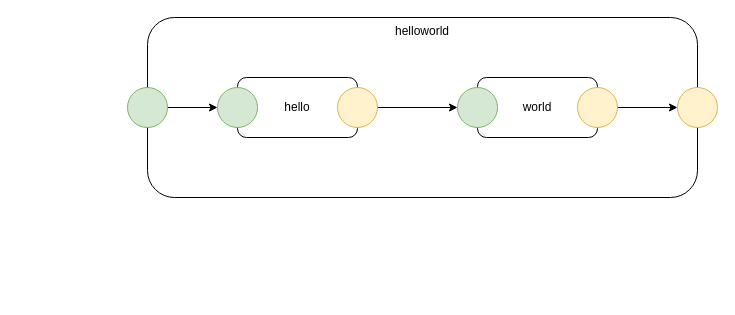
Earlier version of the draw.io diagram page "helloworld" (2 of 6) of hello world eh.drawio (guitarvydas/eh). Source tidied: cells renumbered, new cells numbered last; positions are measured from the earlier drawing's top-left corner, leaving out a move shared by most shapes. Both pictures are drawn from the tidied source at 100%, with x=0, y=0 at pixel (127, 17).
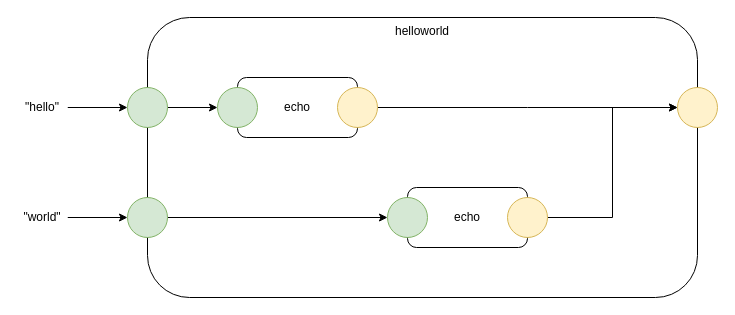
The same diagram, later.

Unchanged cells that the change refers to:
```xml
<mxCell id="6" style="ellipse;whiteSpace=wrap;html=1;fillColor=#fff2cc;strokeColor=#d6b656;" parent="1" vertex="1">
  <mxGeometry x="210" y="70" width="40" height="40" as="geometry" />
</mxCell>
<mxCell id="11" style="ellipse;whiteSpace=wrap;html=1;fillColor=#fff2cc;strokeColor=#d6b656;" parent="1" vertex="1">
  <mxGeometry x="550" y="70" width="40" height="40" as="geometry" />
</mxCell>
<mxCell id="13" style="ellipse;whiteSpace=wrap;html=1;fillColor=#d5e8d4;strokeColor=#82b366;" parent="1" vertex="1">
  <mxGeometry y="70" width="40" height="40" as="geometry" />
</mxCell>
```

The edit, as a diff of the source:
```diff
@@
     <mxCell id="2" value="helloworld" style="rounded=1;whiteSpace=wrap;html=1;verticalAlign=top;" parent="1" vertex="1">
-      <mxGeometry x="20" width="550" height="180" as="geometry" />
+      <mxGeometry x="20" width="550" height="280" as="geometry" />
     </mxCell>
-    <mxCell id="3" value="hello" style="rounded=1;whiteSpace=wrap;html=1;" parent="1" vertex="1">
+    <mxCell id="3" value="echo" style="rounded=1;whiteSpace=wrap;html=1;" parent="1" vertex="1">
       <mxGeometry x="110" y="60" width="120" height="60" as="geometry" />
     </mxCell>
-    <mxCell id="4" value="world" style="rounded=1;whiteSpace=wrap;html=1;" parent="1" vertex="1">
-      <mxGeometry x="350" y="60" width="120" height="60" as="geometry" />
+    <mxCell id="4" value="echo" style="rounded=1;whiteSpace=wrap;html=1;" parent="1" vertex="1">
+      <mxGeometry x="280" y="170" width="120" height="60" as="geometry" />
     </mxCell>
-    <mxCell id="5" style="edgeStyle=orthogonalEdgeStyle;rounded=0;jettySize=auto;html=1;exitX=1;exitY=0.5;exitDx=0;exitDy=0;entryX=0;entryY=0.5;entryDx=0;entryDy=0;" parent="1" edge="1" source="6" target="7">
-      <mxGeometry relative="1" as="geometry" />
-    </mxCell>
+    <mxCell id="14" style="edgeStyle=orthogonalEdgeStyle;rounded=0;jettySize=auto;html=1;exitX=1;exitY=0.5;exitDx=0;exitDy=0;" parent="1" edge="1" source="6">
+      <mxGeometry relative="1" as="geometry">
+        <mxPoint x="550" y="90" as="targetPoint" />
+      </mxGeometry>
+    </mxCell>
@@
     <mxCell id="7" style="ellipse;whiteSpace=wrap;html=1;fillColor=#d5e8d4;strokeColor=#82b366;" parent="1" vertex="1">
-      <mxGeometry x="330" y="70" width="40" height="40" as="geometry" />
+      <mxGeometry x="260" y="180" width="40" height="40" as="geometry" />
     </mxCell>
@@
-    <mxCell id="9" style="edgeStyle=orthogonalEdgeStyle;rounded=0;jettySize=auto;html=1;exitX=1;exitY=0.5;exitDx=0;exitDy=0;" parent="1" edge="1" source="10" target="11">
+    <mxCell id="9" style="edgeStyle=orthogonalEdgeStyle;rounded=0;jettySize=auto;html=1;exitX=1;exitY=0.5;exitDx=0;exitDy=0;entryX=0;entryY=0.5;entryDx=0;entryDy=0;" parent="1" edge="1" source="10" target="11">
       <mxGeometry relative="1" as="geometry" />
     </mxCell>
     <mxCell id="10" style="ellipse;whiteSpace=wrap;html=1;fillColor=#fff2cc;strokeColor=#d6b656;" parent="1" vertex="1">
-      <mxGeometry x="450" y="70" width="40" height="40" as="geometry" />
+      <mxGeometry x="380" y="180" width="40" height="40" as="geometry" />
     </mxCell>
@@
+    <mxCell id="15" style="edgeStyle=orthogonalEdgeStyle;rounded=0;jettySize=auto;html=1;exitX=1;exitY=0.5;exitDx=0;exitDy=0;entryX=0;entryY=0.5;entryDx=0;entryDy=0;" parent="1" edge="1" source="16" target="7">
+      <mxGeometry relative="1" as="geometry" />
+    </mxCell>
+    <mxCell id="16" style="ellipse;whiteSpace=wrap;html=1;fillColor=#d5e8d4;strokeColor=#82b366;" parent="1" vertex="1">
+      <mxGeometry y="180" width="40" height="40" as="geometry" />
+    </mxCell>
+    <mxCell id="17" style="edgeStyle=orthogonalEdgeStyle;rounded=0;jettySize=auto;html=1;exitX=1;exitY=0.5;exitDx=0;exitDy=0;entryX=0;entryY=0.5;entryDx=0;entryDy=0;" parent="1" edge="1" source="18" target="13">
+      <mxGeometry relative="1" as="geometry" />
+    </mxCell>
+    <mxCell id="18" value="&quot;hello&quot;" style="rounded=0;whiteSpace=wrap;html=1;strokeColor=none;" parent="1" vertex="1">
+      <mxGeometry x="-110" y="80" width="50" height="20" as="geometry" />
+    </mxCell>
+    <mxCell id="19" style="edgeStyle=orthogonalEdgeStyle;rounded=0;jettySize=auto;html=1;exitX=1;exitY=0.5;exitDx=0;exitDy=0;entryX=0;entryY=0.5;entryDx=0;entryDy=0;" parent="1" edge="1" source="20" target="16">
+      <mxGeometry relative="1" as="geometry" />
+    </mxCell>
+    <mxCell id="20" value="&quot;world&quot;" style="rounded=0;whiteSpace=wrap;html=1;strokeColor=none;" parent="1" vertex="1">
+      <mxGeometry x="-110" y="190" width="50" height="20" as="geometry" />
+    </mxCell>
```
